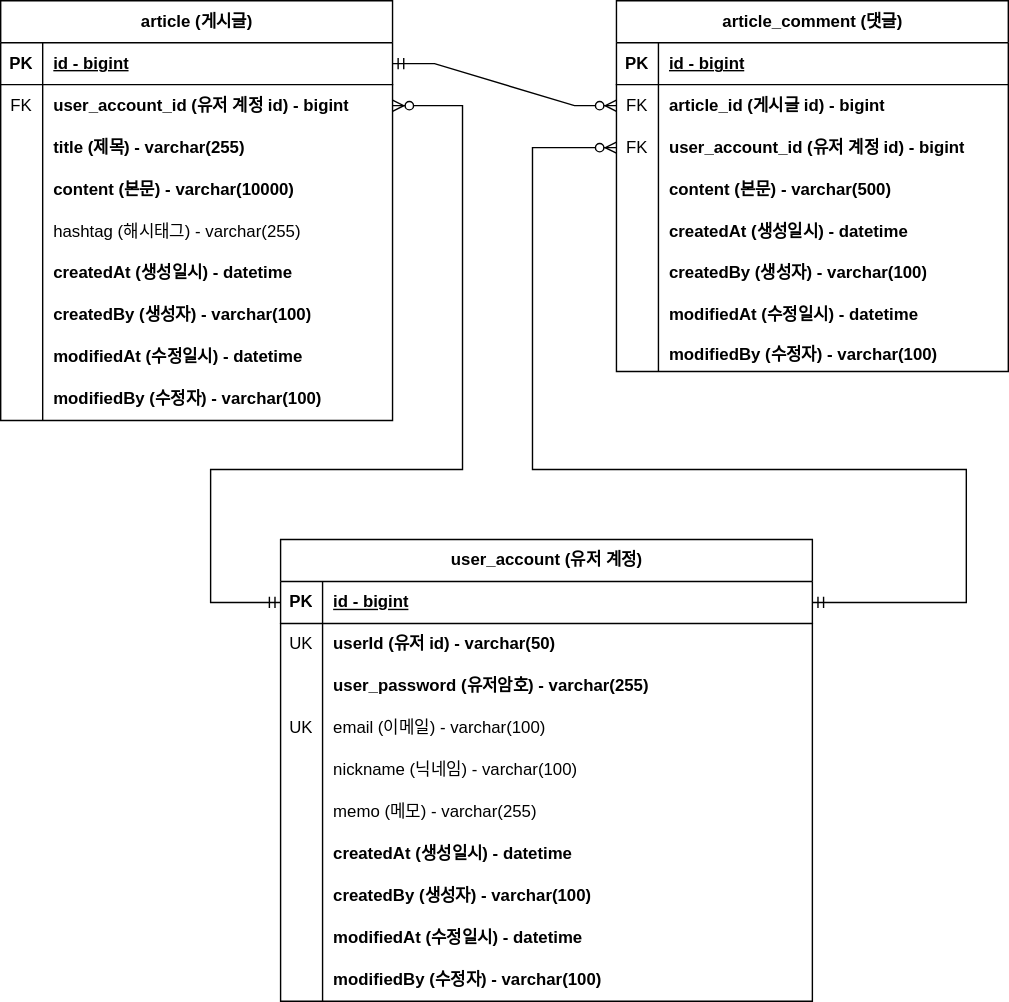
The draw.io diagram document/project-board-erd.svg in NCookies/fastcampus-project-board, before a commit. Source tidied: cells renumbered, new cells last; positions are measured from the earlier drawing's top-left corner, leaving out a move shared by most shapes.
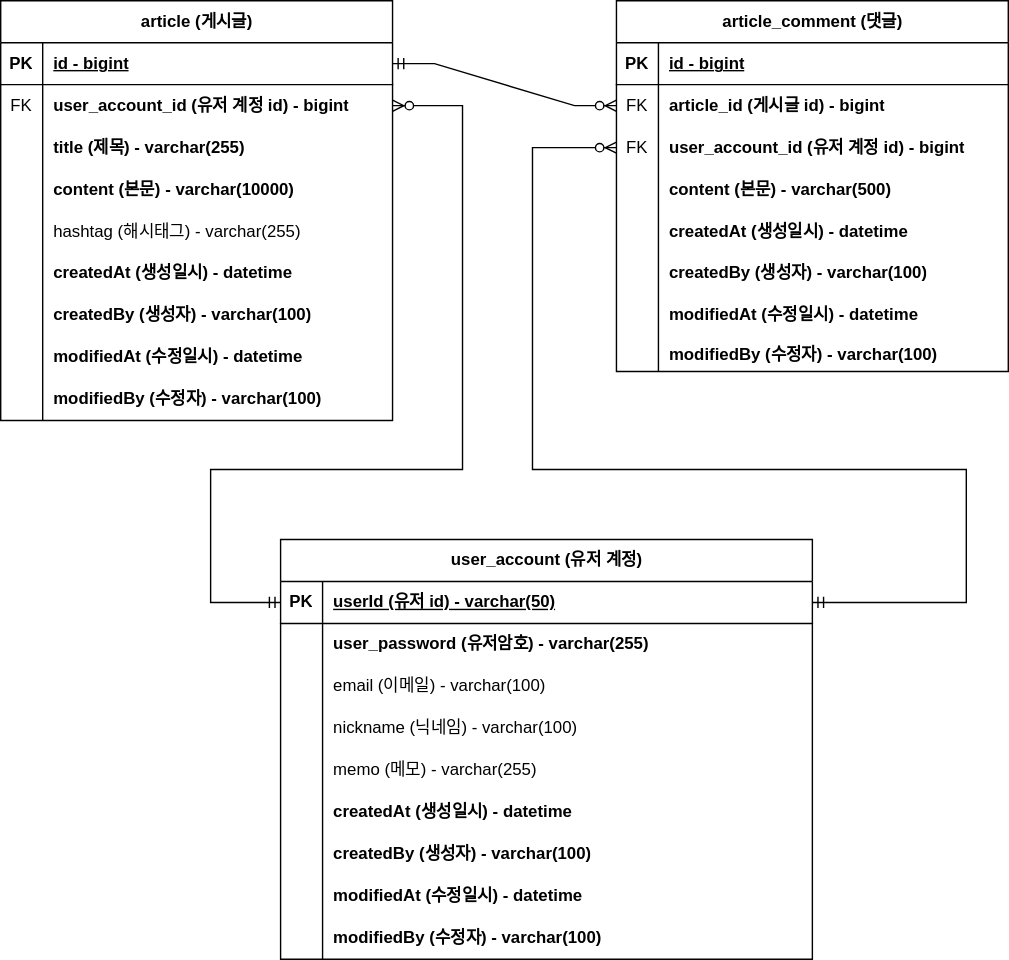
After the change.

Commit message:
#36 - ERD 문서 수정: 회원 계정 user_id를 PK로 변경

- 회원 계정 기존 `id`를 삭제하고 `user_id`를 pk로 변경하는 ERD 적용

What changed in the source:
```diff
@@ -162,7 +162,7 @@
       <mxGeometry x="30" width="250" height="25" as="geometry" />
     </mxCell>
     <mxCell id="55" value="user_account (유저 계정)" style="shape=table;startSize=30;rowLines=0;fontStyle=1;align=center;html=1;" parent="1" vertex="1">
-      <mxGeometry x="200" y="385" width="380" height="330" as="geometry" />
+      <mxGeometry x="200" y="385" width="380" height="300" as="geometry" />
     </mxCell>
     <mxCell id="56" style="shape=tableRow;horizontal=0;startSize=0;swimlaneHead=0;swimlaneBody=0;fillColor=none;points=[[0,0.5],[1,0.5]];portConstraint=eastwest;top=0;left=0;right=0;bottom=1;" parent="55" vertex="1">
       <mxGeometry y="30" width="380" height="30" as="geometry" />
@@ -170,20 +170,11 @@
     <mxCell id="57" value="PK" style="shape=partialRectangle;fillColor=none;top=0;left=0;bottom=0;right=0;fontStyle=1;overflow=hidden;whiteSpace=wrap;html=1;" parent="56" vertex="1">
       <mxGeometry width="30" height="30" as="geometry" />
     </mxCell>
-    <mxCell id="58" value="id - bigint" style="shape=partialRectangle;fillColor=none;top=0;left=0;bottom=0;right=0;align=left;spacingLeft=6;fontStyle=5;overflow=hidden;whiteSpace=wrap;html=1;" parent="56" vertex="1">
+    <mxCell id="58" value="userId (유저 id) - varchar(50)" style="shape=partialRectangle;fillColor=none;top=0;left=0;bottom=0;right=0;align=left;spacingLeft=6;fontStyle=5;overflow=hidden;whiteSpace=wrap;html=1;" parent="56" vertex="1">
       <mxGeometry x="30" width="350" height="30" as="geometry" />
     </mxCell>
-    <mxCell id="59" style="shape=tableRow;horizontal=0;startSize=0;swimlaneHead=0;swimlaneBody=0;fillColor=none;top=0;left=0;right=0;bottom=0;" parent="55" vertex="1">
-      <mxGeometry y="60" width="380" height="30" as="geometry" />
-    </mxCell>
-    <mxCell id="60" value="UK" style="shape=partialRectangle;fillColor=none;top=0;left=0;bottom=0;right=0;overflow=hidden;whiteSpace=wrap;html=1;" parent="59" vertex="1">
-      <mxGeometry width="30" height="30" as="geometry" />
-    </mxCell>
-    <mxCell id="61" value="userId (유저 id) - varchar(50)" style="shape=partialRectangle;fillColor=none;top=0;left=0;bottom=0;right=0;align=left;spacingLeft=6;overflow=hidden;whiteSpace=wrap;html=1;fontStyle=1;" parent="59" vertex="1">
-      <mxGeometry x="30" width="350" height="30" as="geometry" />
-    </mxCell>
     <mxCell id="62" style="shape=tableRow;horizontal=0;startSize=0;swimlaneHead=0;swimlaneBody=0;fillColor=none;top=0;left=0;right=0;bottom=0;" parent="55" vertex="1">
-      <mxGeometry y="90" width="380" height="30" as="geometry" />
+      <mxGeometry y="60" width="380" height="30" as="geometry" />
     </mxCell>
     <mxCell id="63" style="shape=partialRectangle;fillColor=none;top=0;left=0;bottom=0;right=0;overflow=hidden;whiteSpace=wrap;html=1;" parent="62" vertex="1">
       <mxGeometry width="30" height="30" as="geometry" />
@@ -192,16 +183,16 @@
       <mxGeometry x="30" width="350" height="30" as="geometry" />
     </mxCell>
     <mxCell id="65" style="shape=tableRow;horizontal=0;startSize=0;swimlaneHead=0;swimlaneBody=0;fillColor=none;top=0;left=0;right=0;bottom=0;" parent="55" vertex="1">
-      <mxGeometry y="120" width="380" height="30" as="geometry" />
+      <mxGeometry y="90" width="380" height="30" as="geometry" />
     </mxCell>
-    <mxCell id="66" value="UK" style="shape=partialRectangle;fillColor=none;top=0;left=0;bottom=0;right=0;overflow=hidden;whiteSpace=wrap;html=1;" parent="65" vertex="1">
+    <mxCell id="66" style="shape=partialRectangle;fillColor=none;top=0;left=0;bottom=0;right=0;overflow=hidden;whiteSpace=wrap;html=1;" parent="65" vertex="1">
       <mxGeometry width="30" height="30" as="geometry" />
     </mxCell>
     <mxCell id="67" value="email (이메일) - varchar(100)" style="shape=partialRectangle;fillColor=none;top=0;left=0;bottom=0;right=0;align=left;spacingLeft=6;overflow=hidden;whiteSpace=wrap;html=1;" parent="65" vertex="1">
       <mxGeometry x="30" width="350" height="30" as="geometry" />
     </mxCell>
     <mxCell id="68" style="shape=tableRow;horizontal=0;startSize=0;swimlaneHead=0;swimlaneBody=0;fillColor=none;top=0;left=0;right=0;bottom=0;" parent="55" vertex="1">
-      <mxGeometry y="150" width="380" height="30" as="geometry" />
+      <mxGeometry y="120" width="380" height="30" as="geometry" />
     </mxCell>
     <mxCell id="69" style="shape=partialRectangle;fillColor=none;top=0;left=0;bottom=0;right=0;overflow=hidden;whiteSpace=wrap;html=1;" parent="68" vertex="1">
       <mxGeometry width="30" height="30" as="geometry" />
@@ -210,7 +201,7 @@
       <mxGeometry x="30" width="350" height="30" as="geometry" />
     </mxCell>
     <mxCell id="71" style="shape=tableRow;horizontal=0;startSize=0;swimlaneHead=0;swimlaneBody=0;fillColor=none;top=0;left=0;right=0;bottom=0;" parent="55" vertex="1">
-      <mxGeometry y="180" width="380" height="30" as="geometry" />
+      <mxGeometry y="150" width="380" height="30" as="geometry" />
     </mxCell>
     <mxCell id="72" style="shape=partialRectangle;fillColor=none;top=0;left=0;bottom=0;right=0;overflow=hidden;whiteSpace=wrap;html=1;" parent="71" vertex="1">
       <mxGeometry width="30" height="30" as="geometry" />
@@ -219,7 +210,7 @@
       <mxGeometry x="30" width="350" height="30" as="geometry" />
     </mxCell>
     <mxCell id="74" style="shape=tableRow;horizontal=0;startSize=0;swimlaneHead=0;swimlaneBody=0;fillColor=none;top=0;left=0;right=0;bottom=0;" parent="55" vertex="1">
-      <mxGeometry y="210" width="380" height="30" as="geometry" />
+      <mxGeometry y="180" width="380" height="30" as="geometry" />
     </mxCell>
     <mxCell id="75" value="&lt;span style=&quot;white-space: pre;&quot;&gt; &lt;/span&gt;&lt;span style=&quot;white-space: pre;&quot;&gt; &lt;/span&gt;" style="shape=partialRectangle;fillColor=none;top=0;left=0;bottom=0;right=0;overflow=hidden;whiteSpace=wrap;html=1;" parent="74" vertex="1">
       <mxGeometry width="30" height="30" as="geometry" />
@@ -228,7 +219,7 @@
       <mxGeometry x="30" width="350" height="30" as="geometry" />
     </mxCell>
     <mxCell id="77" style="shape=tableRow;horizontal=0;startSize=0;swimlaneHead=0;swimlaneBody=0;fillColor=none;top=0;left=0;right=0;bottom=0;" parent="55" vertex="1">
-      <mxGeometry y="240" width="380" height="30" as="geometry" />
+      <mxGeometry y="210" width="380" height="30" as="geometry" />
     </mxCell>
     <mxCell id="78" value="&lt;span style=&quot;white-space: pre;&quot;&gt; &lt;/span&gt;&lt;span style=&quot;white-space: pre;&quot;&gt; &lt;/span&gt;" style="shape=partialRectangle;fillColor=none;top=0;left=0;bottom=0;right=0;overflow=hidden;whiteSpace=wrap;html=1;" parent="77" vertex="1">
       <mxGeometry width="30" height="30" as="geometry" />
@@ -237,7 +228,7 @@
       <mxGeometry x="30" width="350" height="30" as="geometry" />
     </mxCell>
     <mxCell id="80" style="shape=tableRow;horizontal=0;startSize=0;swimlaneHead=0;swimlaneBody=0;fillColor=none;top=0;left=0;right=0;bottom=0;" parent="55" vertex="1">
-      <mxGeometry y="270" width="380" height="30" as="geometry" />
+      <mxGeometry y="240" width="380" height="30" as="geometry" />
     </mxCell>
     <mxCell id="81" value="&lt;span style=&quot;white-space: pre;&quot;&gt; &lt;/span&gt;&lt;span style=&quot;white-space: pre;&quot;&gt; &lt;/span&gt;" style="shape=partialRectangle;fillColor=none;top=0;left=0;bottom=0;right=0;overflow=hidden;whiteSpace=wrap;html=1;" parent="80" vertex="1">
       <mxGeometry width="30" height="30" as="geometry" />
@@ -246,7 +237,7 @@
       <mxGeometry x="30" width="350" height="30" as="geometry" />
     </mxCell>
     <mxCell id="83" style="shape=tableRow;horizontal=0;startSize=0;swimlaneHead=0;swimlaneBody=0;fillColor=none;top=0;left=0;right=0;bottom=0;" parent="55" vertex="1">
-      <mxGeometry y="300" width="380" height="30" as="geometry" />
+      <mxGeometry y="270" width="380" height="30" as="geometry" />
     </mxCell>
     <mxCell id="84" value="&lt;span style=&quot;white-space: pre;&quot;&gt; &lt;/span&gt;&lt;span style=&quot;white-space: pre;&quot;&gt; &lt;/span&gt;" style="shape=partialRectangle;fillColor=none;top=0;left=0;bottom=0;right=0;overflow=hidden;whiteSpace=wrap;html=1;" parent="83" vertex="1">
       <mxGeometry width="30" height="30" as="geometry" />
```
